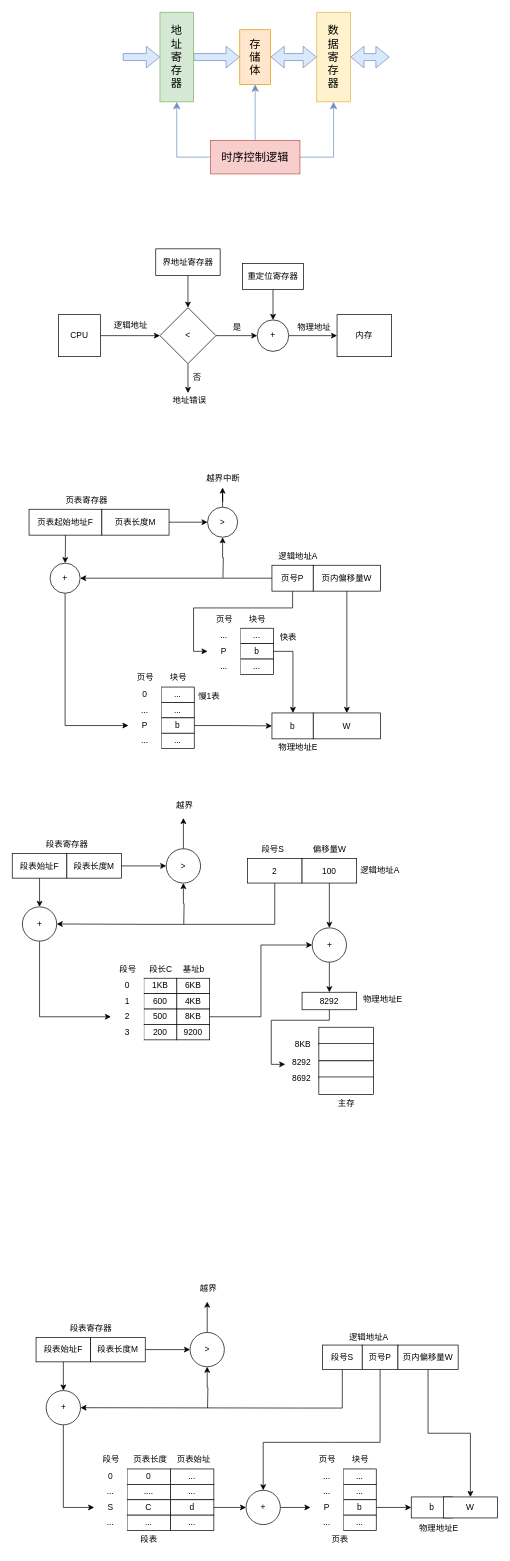
The draw.io diagram OperatingSystem-WangDao/Chapter3-Memory-Management.drawio in pengbin2367/draw.io, before the edit. Source tidied: cells renumbered, new cells numbered last; positions are measured from the earlier drawing's top-left corner, leaving out a move shared by most shapes. Both pictures are drawn from the tidied source at 70%, with x=0, y=0 at pixel (12, 12).
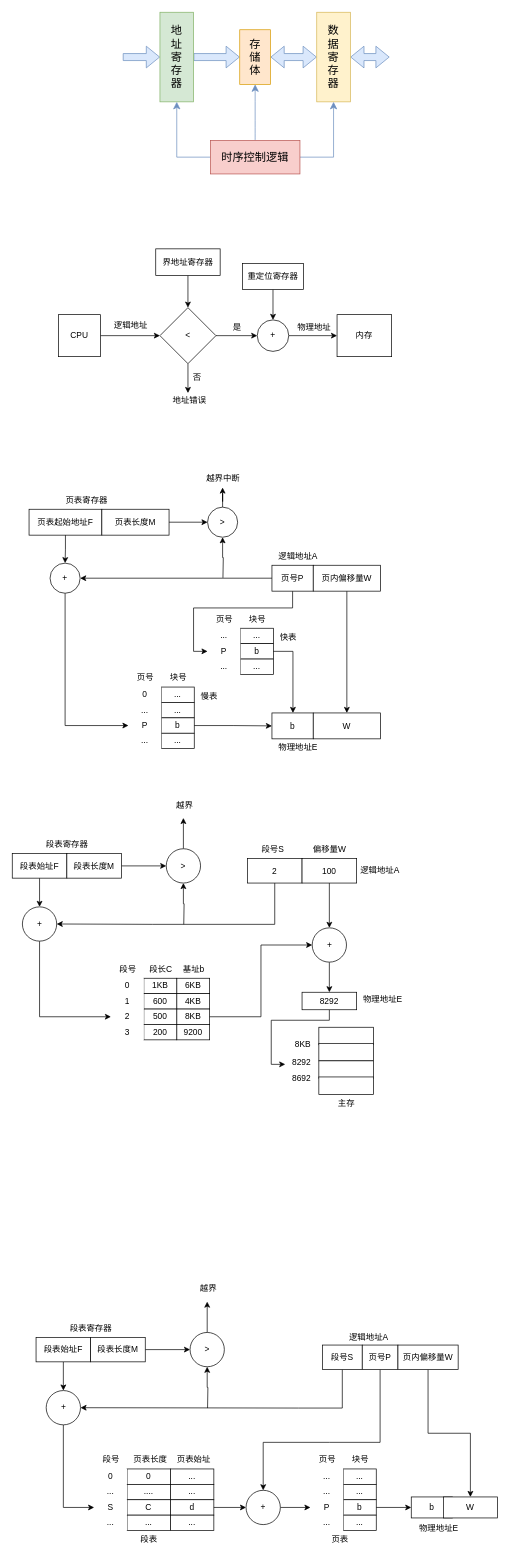
The same page after the edit.

Unchanged cells that the change refers to:
```xml
<mxCell id="39" style="group;" parent="1" vertex="1">
  <mxGeometry x="166" y="938" width="136" height="114" as="geometry" />
</mxCell>
```

Change to the diagram source:
```diff
@@
-    <mxCell id="50" value="慢1表" style="text;html=1;align=center;verticalAlign=middle;strokeColor=none;fillColor=none;" parent="39" vertex="1">
+    <mxCell id="50" value="慢表" style="text;html=1;align=center;verticalAlign=middle;strokeColor=none;fillColor=none;" parent="39" vertex="1">
       <mxGeometry x="94" y="26" width="42" height="26" as="geometry" />
     </mxCell>
```
